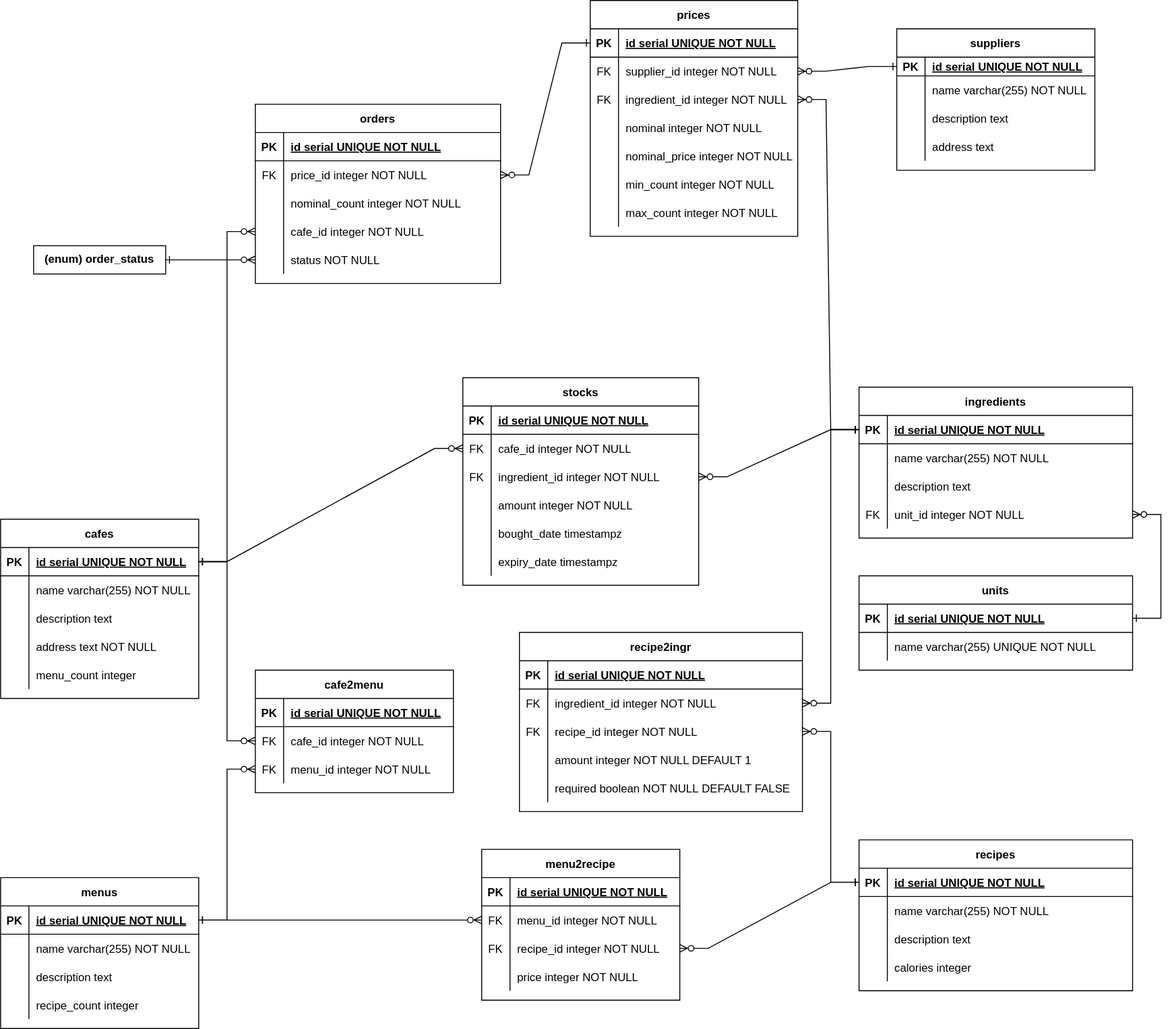
zubrailx/university-itmo keeps this draw.io diagram as doc/fig/datalogical.svg. Above is the earlier version. Source tidied: cells renumbered, new cells last; positions are measured from the earlier drawing's top-left corner, leaving out a move shared by most shapes.
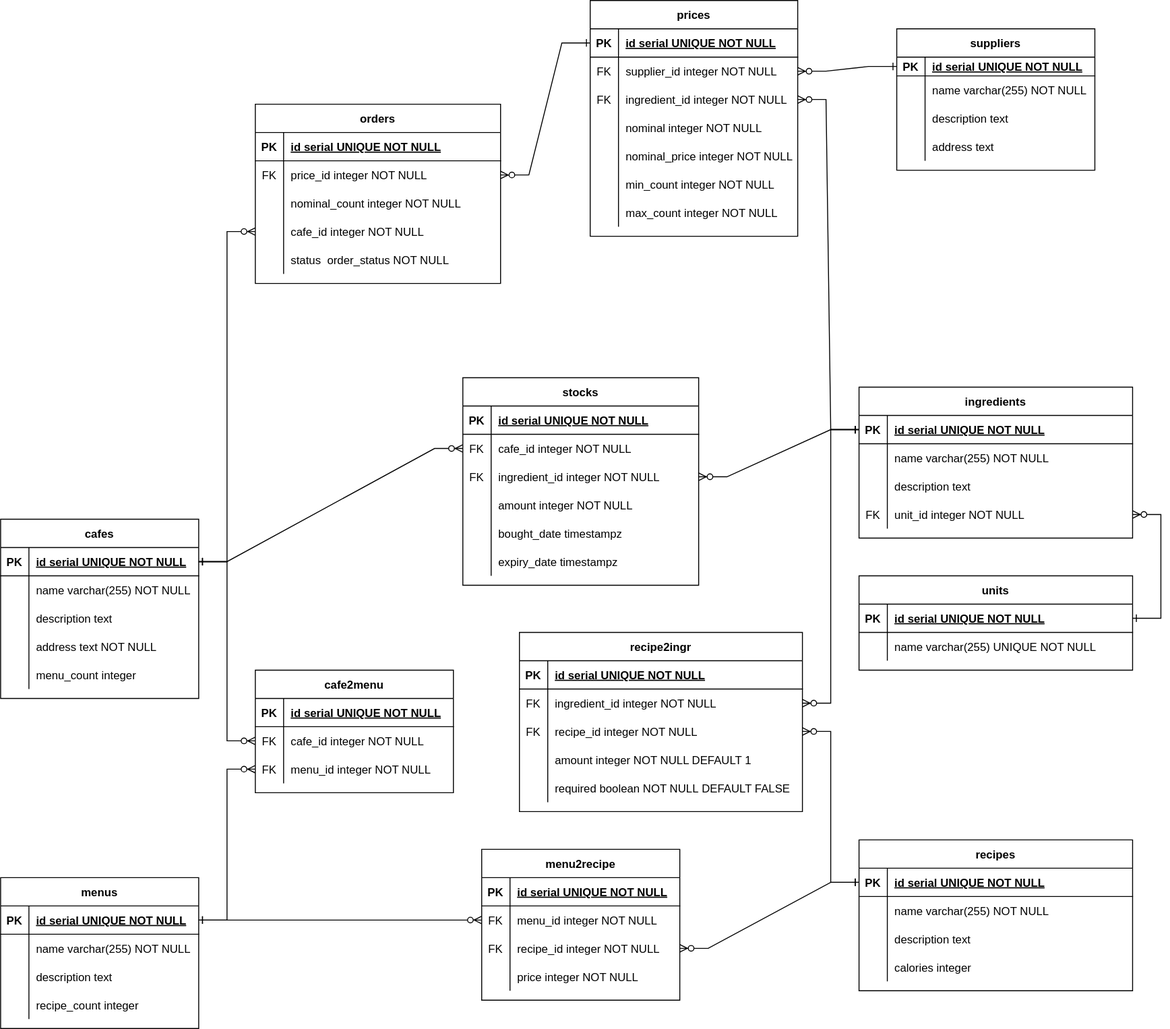
The same diagram one commit later.

Diff of the diagram source:
```diff
@@ -545,7 +545,7 @@
     <mxCell id="182" style="shape=partialRectangle;fillColor=none;top=0;left=0;bottom=0;right=0;overflow=hidden;" parent="181" vertex="1">
       <mxGeometry width="30" height="30" as="geometry" />
     </mxCell>
-    <mxCell id="183" value="status NOT NULL" style="shape=partialRectangle;fillColor=none;top=0;left=0;bottom=0;right=0;align=left;spacingLeft=6;overflow=hidden;" parent="181" vertex="1">
+    <mxCell id="183" value="status  order_status NOT NULL" style="shape=partialRectangle;fillColor=none;top=0;left=0;bottom=0;right=0;align=left;spacingLeft=6;overflow=hidden;" parent="181" vertex="1">
       <mxGeometry x="30" width="230" height="30" as="geometry" />
     </mxCell>
     <mxCell id="184" style="edgeStyle=entityRelationEdgeStyle;fontSize=12;html=1;endArrow=ERzeroToMany;endFill=1;rounded=0;startArrow=ERone;startFill=0;exitX=0;exitY=0.5;exitDx=0;exitDy=0;entryX=1;entryY=0.5;entryDx=0;entryDy=0;" parent="1" edge="1" source="71" target="172">
@@ -554,11 +554,5 @@
     <mxCell id="185" style="edgeStyle=entityRelationEdgeStyle;fontSize=12;html=1;endArrow=ERzeroToMany;endFill=1;rounded=0;startArrow=ERone;startFill=0;entryX=0;entryY=0.5;entryDx=0;entryDy=0;exitX=1;exitY=0.5;exitDx=0;exitDy=0;" parent="1" edge="1" source="55" target="178">
       <mxGeometry relative="1" as="geometry" />
     </mxCell>
-    <mxCell id="186" value="&lt;b&gt;(enum) order_status&lt;br&gt;&lt;/b&gt;" style="rounded=0;whiteSpace=wrap;html=1;" parent="1" vertex="1">
-      <mxGeometry x="35" y="260" width="140" height="30" as="geometry" />
-    </mxCell>
-    <mxCell id="187" style="edgeStyle=entityRelationEdgeStyle;fontSize=12;html=1;endArrow=ERzeroToMany;endFill=1;rounded=0;startArrow=ERone;startFill=0;entryX=0;entryY=0.5;entryDx=0;entryDy=0;exitX=1;exitY=0.5;exitDx=0;exitDy=0;" parent="1" edge="1" source="186" target="181">
-      <mxGeometry relative="1" as="geometry" />
-    </mxCell>
   </root>
 </mxGraphModel>
```
